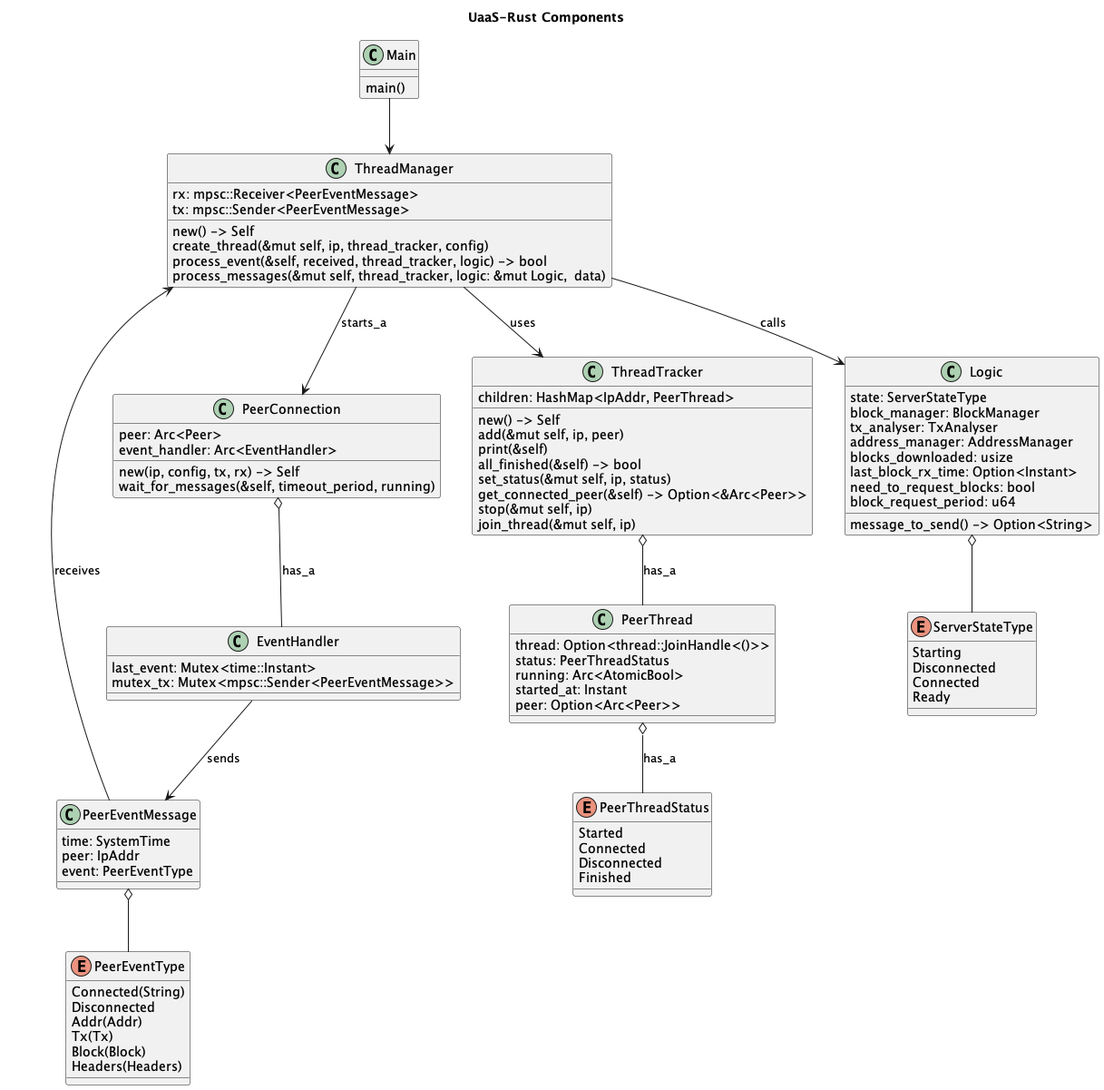
Above: docs/diagrams/service_structure.png in nchain-innovation/utxo-as-a-service (PlantUML), before the change.
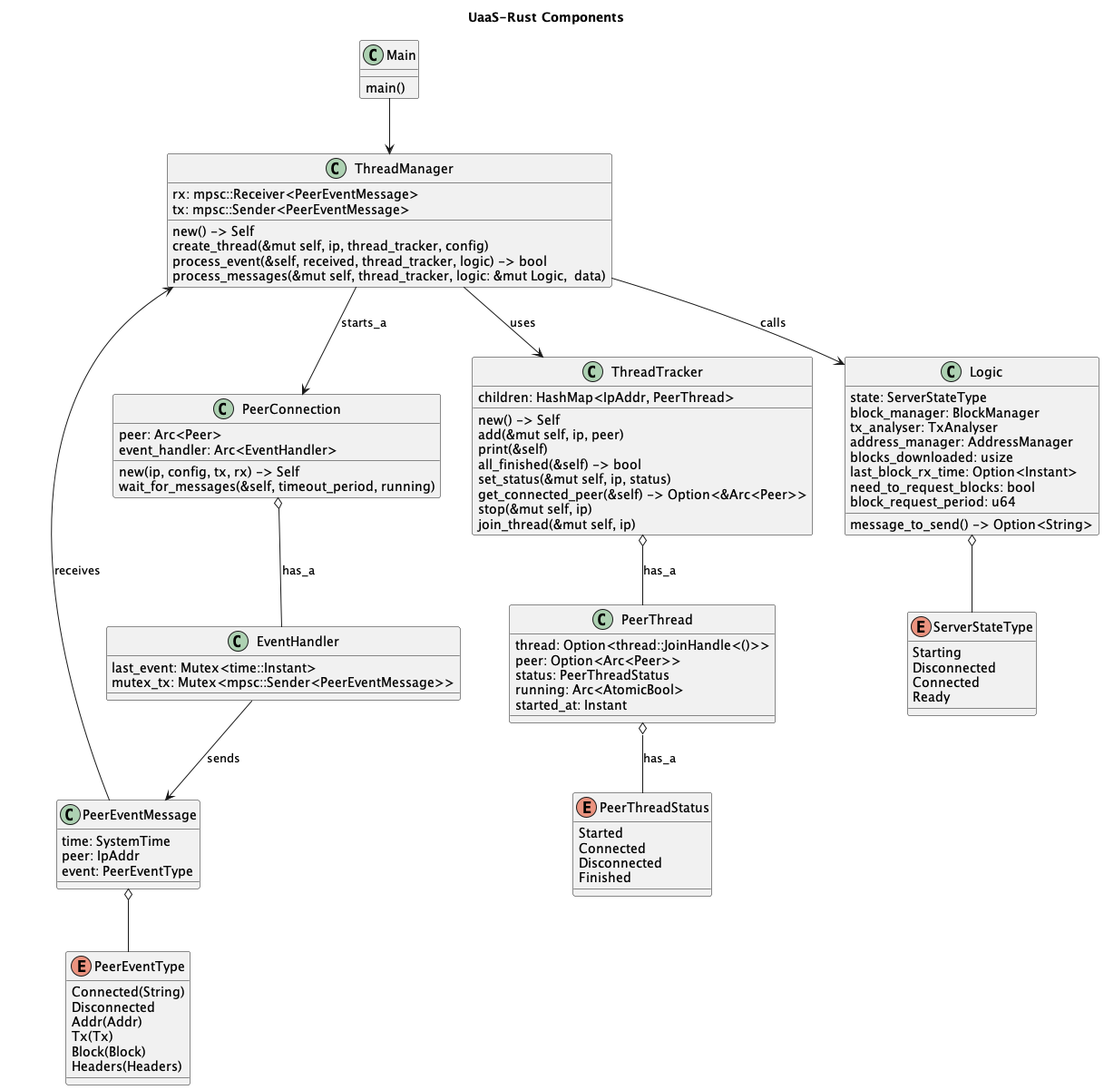
After the change.

The edit, as a diff of the source:
```diff
@@ -34,10 +34,11 @@
 
 class PeerThread {
     {field} thread: Option<thread::JoinHandle<()>>
+    peer: Option<Arc<Peer>>
     status: PeerThreadStatus
     running: Arc<AtomicBool>
     started_at: Instant
-    peer: Option<Arc<Peer>>
+
 
 }
 
```
